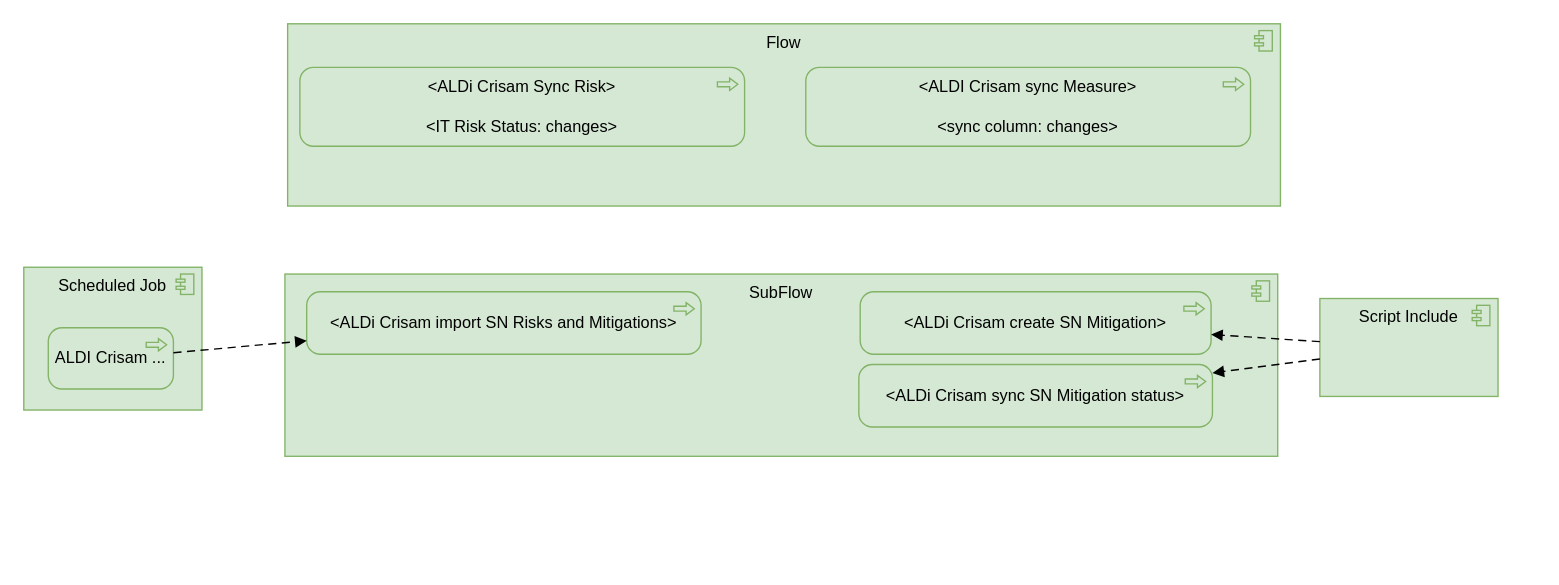
The draw.io diagram page "FlowDesigner" (23 of 23) of AldiCrisam.drawio in algimas/tmp, before the edit. Source tidied: cells renumbered, new cells numbered last; positions are measured from the earlier drawing's top-left corner, leaving out a move shared by most shapes. Both pictures are drawn from the tidied source at 136%, with x=0, y=0 at pixel (23, 23).
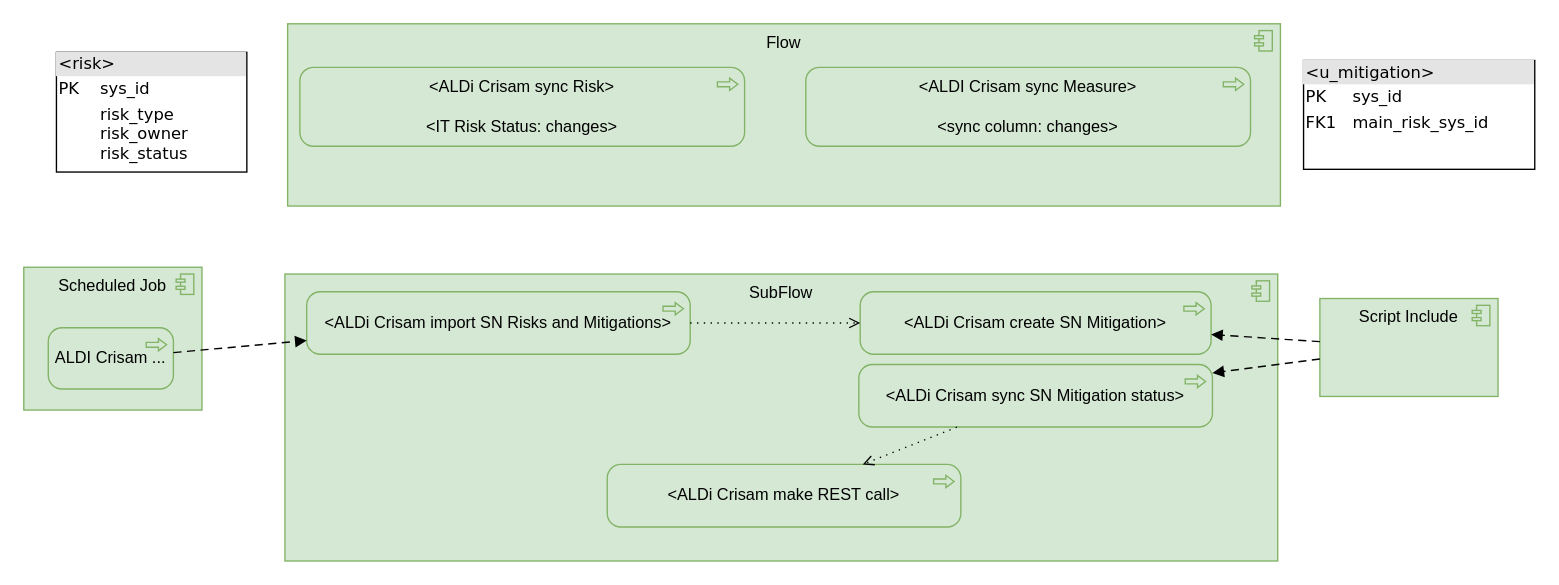
The same page after the edit.

Diff of the diagram source:
```diff
@@
 <mxGraphModel>
   <root>
     <mxCell id="0" />
     <mxCell id="1" parent="0" />
     <mxCell id="2" value="Flow" style="html=1;whiteSpace=wrap;fillColor=#d5e8d4;shape=mxgraph.archimate3.application;appType=comp;archiType=square;strokeColor=#82b366;verticalAlign=top;" parent="1" vertex="1">
       <mxGeometry x="194" width="730" height="134" as="geometry" />
     </mxCell>
-    <mxCell id="3" value="&amp;lt;ALDi Crisam Sync Risk&amp;gt;&lt;br&gt;&lt;br style=&quot;border-color: var(--border-color);&quot;&gt;&amp;lt;IT Risk Status: changes&amp;gt;" style="html=1;whiteSpace=wrap;fillColor=#d5e8d4;shape=mxgraph.archimate3.application;appType=proc;archiType=rounded;strokeColor=#82b366;" parent="1" vertex="1">
+    <mxCell id="3" value="&amp;lt;ALDi Crisam sync Risk&amp;gt;&lt;br&gt;&lt;br style=&quot;border-color: var(--border-color);&quot;&gt;&amp;lt;IT Risk Status: changes&amp;gt;" style="html=1;whiteSpace=wrap;fillColor=#d5e8d4;shape=mxgraph.archimate3.application;appType=proc;archiType=rounded;strokeColor=#82b366;" parent="1" vertex="1">
       <mxGeometry x="203" y="32" width="327" height="58" as="geometry" />
     </mxCell>
     <mxCell id="4" value="&amp;lt;ALDI Crisam sync Measure&amp;gt;&lt;br&gt;&lt;br style=&quot;border-color: var(--border-color);&quot;&gt;&amp;lt;sync column: changes&amp;gt;" style="html=1;whiteSpace=wrap;fillColor=#d5e8d4;shape=mxgraph.archimate3.application;appType=proc;archiType=rounded;strokeColor=#82b366;" parent="1" vertex="1">
       <mxGeometry x="575" y="32" width="327" height="58" as="geometry" />
     </mxCell>
     <mxCell id="5" value="Scheduled Job" style="html=1;whiteSpace=wrap;fillColor=#d5e8d4;shape=mxgraph.archimate3.application;appType=comp;archiType=square;strokeColor=#82b366;verticalAlign=top;" parent="1" vertex="1">
       <mxGeometry y="179" width="131" height="105" as="geometry" />
     </mxCell>
     <mxCell id="6" value="ALDI Crisam ..." style="html=1;outlineConnect=0;whiteSpace=wrap;fillColor=#d5e8d4;shape=mxgraph.archimate3.application;appType=proc;archiType=rounded;strokeColor=#82b366;" parent="1" vertex="1">
       <mxGeometry x="18" y="223.5" width="92" height="45" as="geometry" />
     </mxCell>
     <mxCell id="7" value="SubFlow" style="html=1;whiteSpace=wrap;fillColor=#d5e8d4;shape=mxgraph.archimate3.application;appType=comp;archiType=square;strokeColor=#82b366;verticalAlign=top;" parent="1" vertex="1">
-      <mxGeometry x="192" y="184" width="730" height="134" as="geometry" />
+      <mxGeometry x="192" y="184" width="730" height="211" as="geometry" />
     </mxCell>
     <mxCell id="8" value="&amp;lt;ALDi Crisam import SN Risks and Mitigations&amp;gt;" style="html=1;outlineConnect=0;whiteSpace=wrap;fillColor=#d5e8d4;shape=mxgraph.archimate3.application;appType=proc;archiType=rounded;strokeColor=#82b366;" parent="1" vertex="1">
-      <mxGeometry x="208" y="197" width="290" height="46" as="geometry" />
+      <mxGeometry x="208" y="197" width="282" height="46" as="geometry" />
     </mxCell>
     <mxCell id="9" style="html=1;endArrow=block;dashed=1;elbow=vertical;endFill=1;dashPattern=6 4;rounded=0;fontSize=12;" parent="1" edge="1" source="6" target="8">
       <mxGeometry relative="1" as="geometry" />
     </mxCell>
     <mxCell id="10" value="&amp;lt;ALDi Crisam create SN Mitigation&amp;gt;" style="html=1;outlineConnect=0;whiteSpace=wrap;fillColor=#d5e8d4;shape=mxgraph.archimate3.application;appType=proc;archiType=rounded;strokeColor=#82b366;" parent="1" vertex="1">
       <mxGeometry x="615" y="197" width="258" height="46" as="geometry" />
     </mxCell>
     <mxCell id="11" value="Script Include" style="html=1;outlineConnect=0;whiteSpace=wrap;fillColor=#d5e8d4;shape=mxgraph.archimate3.application;appType=comp;archiType=square;strokeColor=#82b366;verticalAlign=top;" parent="1" vertex="1">
       <mxGeometry x="953" y="202" width="131" height="72" as="geometry" />
     </mxCell>
     <mxCell id="12" style="html=1;endArrow=block;dashed=1;elbow=vertical;endFill=1;dashPattern=6 4;rounded=0;fontSize=12;" parent="1" edge="1" source="11" target="10">
       <mxGeometry relative="1" as="geometry" />
     </mxCell>
     <mxCell id="13" value="&amp;lt;ALDi Crisam sync SN Mitigation status&amp;gt;" style="html=1;outlineConnect=0;whiteSpace=wrap;fillColor=#d5e8d4;shape=mxgraph.archimate3.application;appType=proc;archiType=rounded;strokeColor=#82b366;" parent="1" vertex="1">
       <mxGeometry x="614" y="250.5" width="260" height="46" as="geometry" />
     </mxCell>
     <mxCell id="14" style="html=1;endArrow=block;dashed=1;elbow=vertical;endFill=1;dashPattern=6 4;rounded=0;fontSize=12;" parent="1" edge="1" source="11" target="13">
       <mxGeometry relative="1" as="geometry" />
     </mxCell>
+    <mxCell id="15" value="&lt;div style=&quot;box-sizing: border-box ; width: 100% ; background: #e4e4e4 ; padding: 2px&quot;&gt;&amp;lt;risk&amp;gt;&lt;/div&gt;&lt;table style=&quot;width: 100% ; font-size: 1em&quot; cellpadding=&quot;2&quot; cellspacing=&quot;0&quot;&gt;&lt;tbody&gt;&lt;tr&gt;&lt;td&gt;PK&lt;/td&gt;&lt;td&gt;sys_id&lt;/td&gt;&lt;/tr&gt;&lt;tr&gt;&lt;td&gt;&lt;br&gt;&lt;/td&gt;&lt;td&gt;risk_type&lt;br&gt;risk_owner&lt;br&gt;risk_status&lt;/td&gt;&lt;/tr&gt;&lt;tr&gt;&lt;td&gt;&lt;/td&gt;&lt;td&gt;&lt;br&gt;&lt;/td&gt;&lt;/tr&gt;&lt;tr&gt;&lt;td&gt;&lt;br&gt;&lt;/td&gt;&lt;td&gt;&lt;/td&gt;&lt;/tr&gt;&lt;/tbody&gt;&lt;/table&gt;" style="verticalAlign=top;align=left;overflow=fill;html=1;rounded=0;shadow=0;comic=0;labelBackgroundColor=none;strokeWidth=1;fontFamily=Verdana;fontSize=12;" parent="1" vertex="1">
+      <mxGeometry x="24" y="21" width="140" height="88" as="geometry" />
+    </mxCell>
+    <mxCell id="16" value="&lt;div style=&quot;box-sizing: border-box ; width: 100% ; background: #e4e4e4 ; padding: 2px&quot;&gt;&amp;lt;u_mitigation&amp;gt;&lt;/div&gt;&lt;table style=&quot;width: 100% ; font-size: 1em&quot; cellpadding=&quot;2&quot; cellspacing=&quot;0&quot;&gt;&lt;tbody&gt;&lt;tr&gt;&lt;td&gt;PK&lt;/td&gt;&lt;td&gt;sys_id&lt;/td&gt;&lt;/tr&gt;&lt;tr&gt;&lt;td&gt;FK1&lt;/td&gt;&lt;td&gt;main_risk_sys_id&lt;br&gt;&lt;/td&gt;&lt;/tr&gt;&lt;tr&gt;&lt;td&gt;&lt;br&gt;&lt;/td&gt;&lt;td&gt;&lt;br&gt;&lt;/td&gt;&lt;/tr&gt;&lt;/tbody&gt;&lt;/table&gt;" style="verticalAlign=top;align=left;overflow=fill;html=1;rounded=0;shadow=0;comic=0;labelBackgroundColor=none;strokeWidth=1;fontFamily=Verdana;fontSize=12;" parent="1" vertex="1">
+      <mxGeometry x="941" y="27" width="170" height="80" as="geometry" />
+    </mxCell>
+    <mxCell id="17" value="&amp;lt;ALDi Crisam make REST call&amp;gt;" style="html=1;outlineConnect=0;whiteSpace=wrap;fillColor=#d5e8d4;shape=mxgraph.archimate3.application;appType=proc;archiType=rounded;strokeColor=#82b366;" parent="1" vertex="1">
+      <mxGeometry x="429" y="324" width="260" height="46" as="geometry" />
+    </mxCell>
+    <mxCell id="18" style="html=1;endArrow=open;elbow=vertical;endFill=0;dashed=1;dashPattern=1 4;rounded=0;fillColor=#00b9f2;" parent="1" edge="1" source="8" target="10">
+      <mxGeometry relative="1" as="geometry" />
+    </mxCell>
+    <mxCell id="19" style="html=1;endArrow=open;elbow=vertical;endFill=0;dashed=1;dashPattern=1 4;rounded=0;fillColor=#00b9f2;" parent="1" edge="1" source="13" target="17">
+      <mxGeometry relative="1" as="geometry" />
+    </mxCell>
   </root>
 </mxGraphModel>
```
